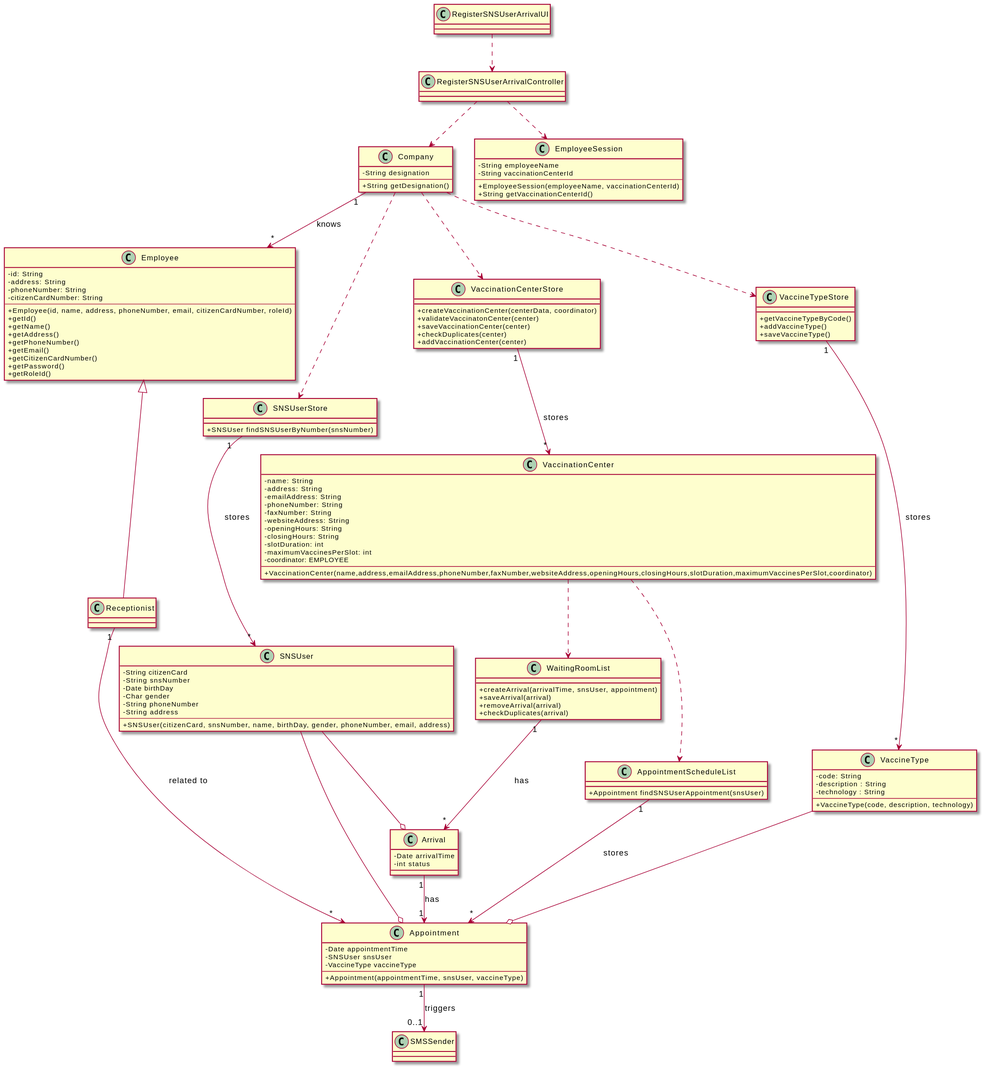
Above: docs/SprintC/US04/CD/US04_CD.svg in miseEnPlace-i/lapr2 (PlantUML), before the change. The source it was exported from:
```plantuml
@startuml US04_CD
skinparam classAttributeIconSize 0

class Appointment {
  - Date appointmentTime
  - SNSUser snsUser
  - VaccineType vaccineType
  ---
  + Appointment(appointmentTime, snsUser, vaccineType)
}

class AppointmentScheduleList {
  + Appointment findSNSUserAppointment(snsUser)
}

class Arrival {
  - Date arrivalTime
  - int status
}

class Company {
  - String designation
  ---
  + String getDesignation()
}

class Employee {
  - id: String
  - address: String
  - phoneNumber: String
  - citizenCardNumber: String
  ---
  + Employee(id, name, address, phoneNumber, email, citizenCardNumber, roleId)
  + getId()
  + getName()
  + getAddress()
  + getPhoneNumber()
  + getEmail()
  + getCitizenCardNumber()
  + getPassword()
  + getRoleId()
}

class EmployeeSession {
  - String employeeName
  - String vaccinationCenterId
  ---
  + EmployeeSession(employeeName, vaccinationCenterId)
  + String getVaccinationCenterId()
}

class RegisterSNSUserArrivalUI {}

class RegisterSNSUserArrivalController {}

class SNSUser {
  - String citizenCard
  - String snsNumber
  - Date birthDay
  - Char gender
  - String phoneNumber
  - String address
  ---
  + SNSUser(citizenCard, snsNumber, name, birthDay, gender, phoneNumber, email, address)
}

class SNSUserStore {
  + SNSUser findSNSUserByNumber(snsNumber)
}

class Receptionist {}

class SMSSender {}

class VaccinationCenter {
  - name: String
  - address: String
  - emailAddress: String
  - phoneNumber: String
  - faxNumber: String
  - websiteAddress: String
  - openingHours: String
  - closingHours: String
  - slotDuration: int
  - maximumVaccinesPerSlot: int
  - coordinator: EMPLOYEE
  ---
  + VaccinationCenter(name,address,emailAddress,phoneNumber,faxNumber,websiteAddress,openingHours,closingHours,slotDuration,maximumVaccinesPerSlot,coordinator)
}

class VaccinationCenterStore {
  + createVaccinationCenter(centerData, coordinator)
  + validateVaccinatonCenter(center)
  + saveVaccinationCenter(center)
  + checkDuplicates(center)
  + addVaccinationCenter(center)
}

class VaccineType {
  - code: String
  - description : String
  - technology : String
  ---
  + VaccineType(code, description, technology)
}

class VaccineTypeStore {
  + getVaccineTypeByCode()
  + addVaccineType()
  + saveVaccineType()
}

class WaitingRoomList {
  + createArrival(arrivalTime, snsUser, appointment)
  + saveArrival(arrival)
  + removeArrival(arrival)
  + checkDuplicates(arrival)
}


Appointment "1" --> "0..1" SMSSender : triggers

AppointmentScheduleList "1" --> "*" Appointment : stores

Arrival "1" --> "1" Appointment : has

Company ..> SNSUserStore
Company ..> VaccinationCenterStore
Company ..> VaccineTypeStore
Company "1" --> "*" Employee : knows

Employee <|-- Receptionist

Receptionist "1" --> "*" Appointment : related to

RegisterSNSUserArrivalController ..> Company
RegisterSNSUserArrivalController ..> EmployeeSession

RegisterSNSUserArrivalUI ..> RegisterSNSUserArrivalController

SNSUser --o Arrival
SNSUser --o Appointment

SNSUserStore "1" --> "*" SNSUser : stores

VaccinationCenter ..> WaitingRoomList
VaccinationCenter ..> AppointmentScheduleList

VaccinationCenterStore "1" --> "*" VaccinationCenter : stores

VaccineType --o Appointment

VaccineTypeStore "1" --> "*" VaccineType : stores

WaitingRoomList "1" --> "*" Arrival : has

@enduml
```
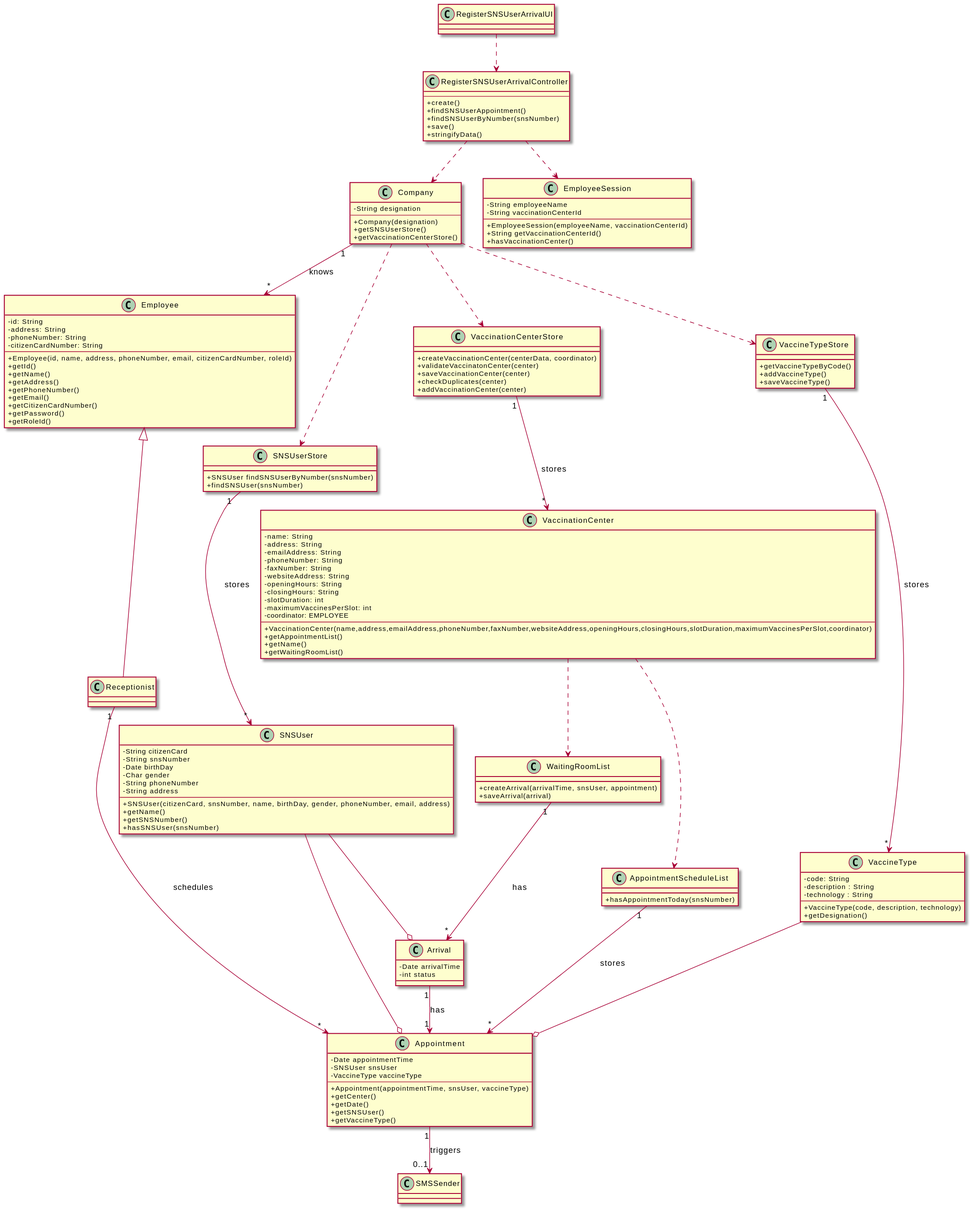
Above is the later version.

Change to the diagram source:
```diff
@@ -7,10 +7,14 @@
   - VaccineType vaccineType
   ---
   + Appointment(appointmentTime, snsUser, vaccineType)
+  + getCenter()
+  + getDate()
+  + getSNSUser()
+  + getVaccineType()
 }
 
 class AppointmentScheduleList {
-  + Appointment findSNSUserAppointment(snsUser)
+  + hasAppointmentToday(snsNumber)
 }
 
 class Arrival {
@@ -21,7 +25,9 @@
 class Company {
   - String designation
   ---
-  + String getDesignation()
+  + Company(designation)
+  + getSNSUserStore()
+  + getVaccinationCenterStore()
 }
 
 class Employee {
@@ -47,11 +53,19 @@
   ---
   + EmployeeSession(employeeName, vaccinationCenterId)
   + String getVaccinationCenterId()
+  + hasVaccinationCenter()
 }
 
 class RegisterSNSUserArrivalUI {}
 
-class RegisterSNSUserArrivalController {}
+class RegisterSNSUserArrivalController {
+  ---
+  + create()
+  + findSNSUserAppointment()
+  + findSNSUserByNumber(snsNumber)
+  + save()
+  + stringifyData()
+}
 
 class SNSUser {
   - String citizenCard
@@ -62,10 +76,14 @@
   - String address
   ---
   + SNSUser(citizenCard, snsNumber, name, birthDay, gender, phoneNumber, email, address)
+  + getName()
+  + getSNSNumber()
+  + hasSNSUser(snsNumber)
 }
 
 class SNSUserStore {
   + SNSUser findSNSUserByNumber(snsNumber)
+  + findSNSUser(snsNumber)
 }
 
 class Receptionist {}
@@ -86,6 +104,9 @@
   - coordinator: EMPLOYEE
   ---
   + VaccinationCenter(name,address,emailAddress,phoneNumber,faxNumber,websiteAddress,openingHours,closingHours,slotDuration,maximumVaccinesPerSlot,coordinator)
+  + getAppointmentList()
+  + getName()
+  + getWaitingRoomList()
 }
 
 class VaccinationCenterStore {
@@ -102,6 +123,7 @@
   - technology : String
   ---
   + VaccineType(code, description, technology)
+  + getDesignation()
 }
 
 class VaccineTypeStore {
@@ -113,8 +135,6 @@
 class WaitingRoomList {
   + createArrival(arrivalTime, snsUser, appointment)
   + saveArrival(arrival)
-  + removeArrival(arrival)
-  + checkDuplicates(arrival)
 }
 
 
@@ -131,7 +151,7 @@
 
 Employee <|-- Receptionist
 
-Receptionist "1" --> "*" Appointment : related to
+Receptionist "1" --> "*" Appointment : schedules
 
 RegisterSNSUserArrivalController ..> Company
 RegisterSNSUserArrivalController ..> EmployeeSession
```
